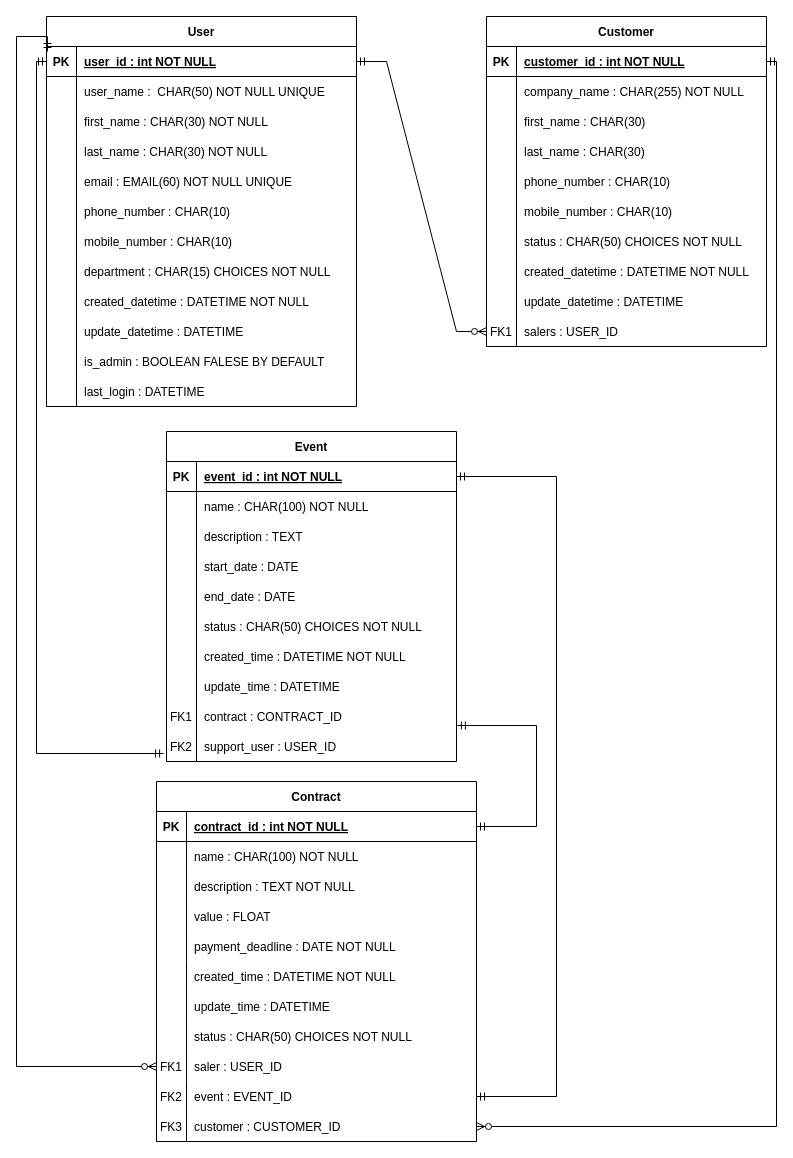
This is mld.drawio from seah78/P12, a draw.io file, before an edit. Source tidied: cells renumbered, new cells numbered last; positions are measured from the earlier drawing's top-left corner, leaving out a move shared by most shapes. Both pictures are drawn from the tidied source at 100%, with x=0, y=0 at pixel (16, 16).
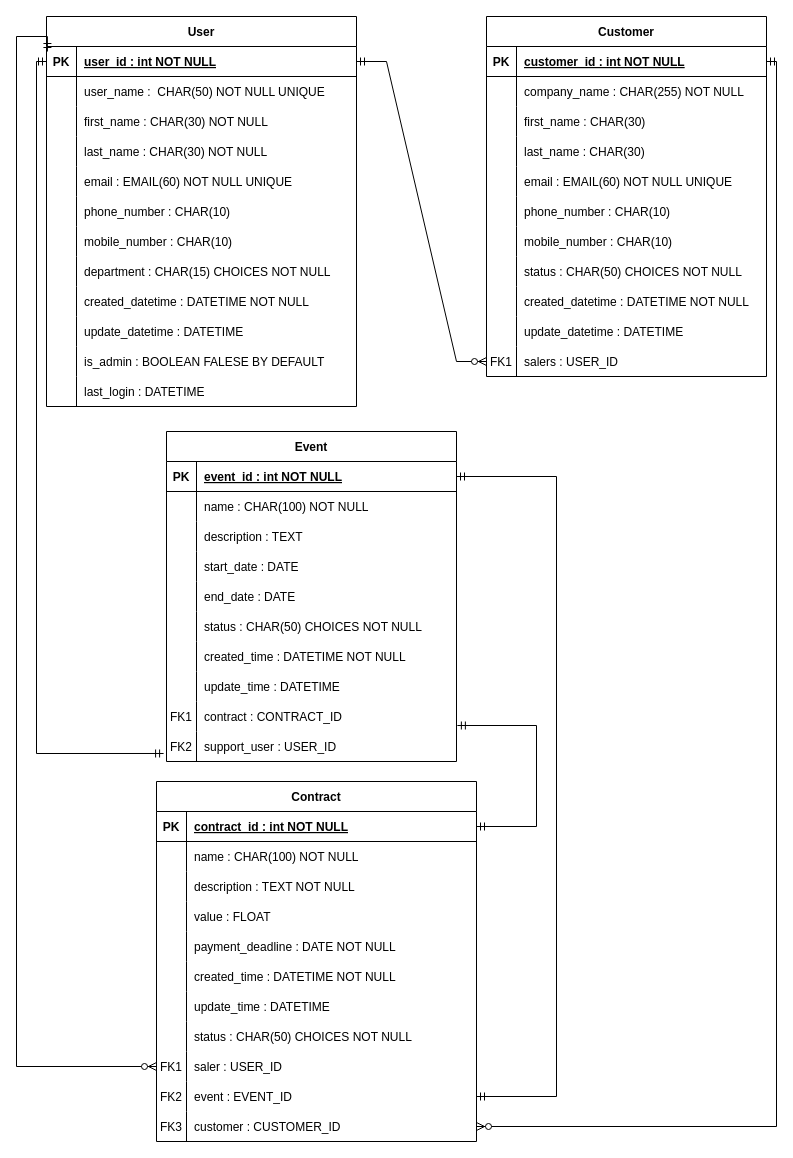
The same page after the edit.

Change to the diagram source:
```diff
@@
     <mxCell id="39" value="Customer" style="shape=table;startSize=30;childLayout=tableLayout;rowLines=0;fontStyle=1;align=center;" parent="1" vertex="1">
-      <mxGeometry x="470" width="280" height="330" as="geometry" />
+      <mxGeometry x="470" width="280" height="360" as="geometry" />
     </mxCell>
@@
+    <mxCell id="141" style="shape=tableRow;horizontal=0;startSize=0;swimlaneHead=0;swimlaneBody=0;fillColor=none;top=0;left=0;right=0;bottom=0;" parent="39" vertex="1">
+      <mxGeometry y="150" width="280" height="30" as="geometry" />
+    </mxCell>
+    <mxCell id="142" style="shape=partialRectangle;fillColor=none;top=0;left=0;bottom=0;right=0;overflow=hidden;" parent="141" vertex="1">
+      <mxGeometry width="30" height="30" as="geometry" />
+    </mxCell>
+    <mxCell id="143" value="email : EMAIL(60) NOT NULL UNIQUE" style="shape=partialRectangle;fillColor=none;top=0;left=0;bottom=0;right=0;align=left;spacingLeft=6;overflow=hidden;" parent="141" vertex="1">
+      <mxGeometry x="30" width="250" height="30" as="geometry" />
+    </mxCell>
     <mxCell id="52" style="shape=tableRow;horizontal=0;startSize=0;swimlaneHead=0;swimlaneBody=0;fillColor=none;top=0;left=0;right=0;bottom=0;" parent="39" vertex="1">
-      <mxGeometry y="150" width="280" height="30" as="geometry" />
+      <mxGeometry y="180" width="280" height="30" as="geometry" />
     </mxCell>
@@
     <mxCell id="55" style="shape=tableRow;horizontal=0;startSize=0;swimlaneHead=0;swimlaneBody=0;fillColor=none;top=0;left=0;right=0;bottom=0;" parent="39" vertex="1">
-      <mxGeometry y="180" width="280" height="30" as="geometry" />
+      <mxGeometry y="210" width="280" height="30" as="geometry" />
     </mxCell>
@@
     <mxCell id="58" style="shape=tableRow;horizontal=0;startSize=0;swimlaneHead=0;swimlaneBody=0;fillColor=none;top=0;left=0;right=0;bottom=0;" parent="39" vertex="1">
-      <mxGeometry y="210" width="280" height="30" as="geometry" />
+      <mxGeometry y="240" width="280" height="30" as="geometry" />
     </mxCell>
@@
     <mxCell id="61" style="shape=tableRow;horizontal=0;startSize=0;swimlaneHead=0;swimlaneBody=0;fillColor=none;top=0;left=0;right=0;bottom=0;" parent="39" vertex="1">
-      <mxGeometry y="240" width="280" height="30" as="geometry" />
+      <mxGeometry y="270" width="280" height="30" as="geometry" />
     </mxCell>
@@
     <mxCell id="64" style="shape=tableRow;horizontal=0;startSize=0;swimlaneHead=0;swimlaneBody=0;fillColor=none;top=0;left=0;right=0;bottom=0;" parent="39" vertex="1">
-      <mxGeometry y="270" width="280" height="30" as="geometry" />
+      <mxGeometry y="300" width="280" height="30" as="geometry" />
     </mxCell>
@@
     <mxCell id="67" style="shape=tableRow;horizontal=0;startSize=0;swimlaneHead=0;swimlaneBody=0;fillColor=none;points=[[0,0.5],[1,0.5]];portConstraint=eastwest;top=0;left=0;right=0;bottom=0;" parent="39" vertex="1">
-      <mxGeometry y="300" width="280" height="30" as="geometry" />
+      <mxGeometry y="330" width="280" height="30" as="geometry" />
     </mxCell>
```
